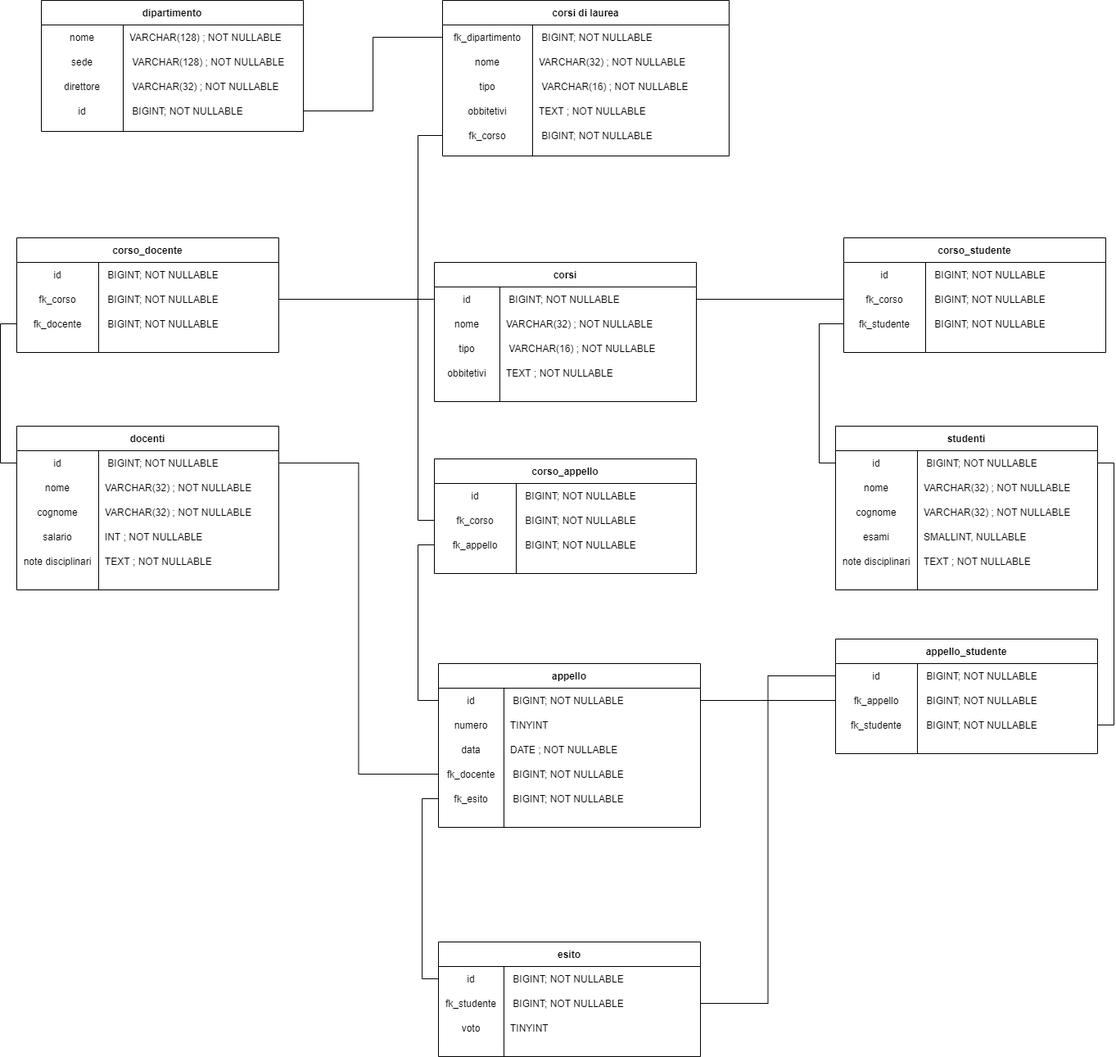
The draw.io diagram Untitled Diagram.png in GAlessi/db-university, before a commit. Source tidied: cells renumbered, new cells last; positions are measured from the earlier drawing's top-left corner, leaving out a move shared by most shapes.
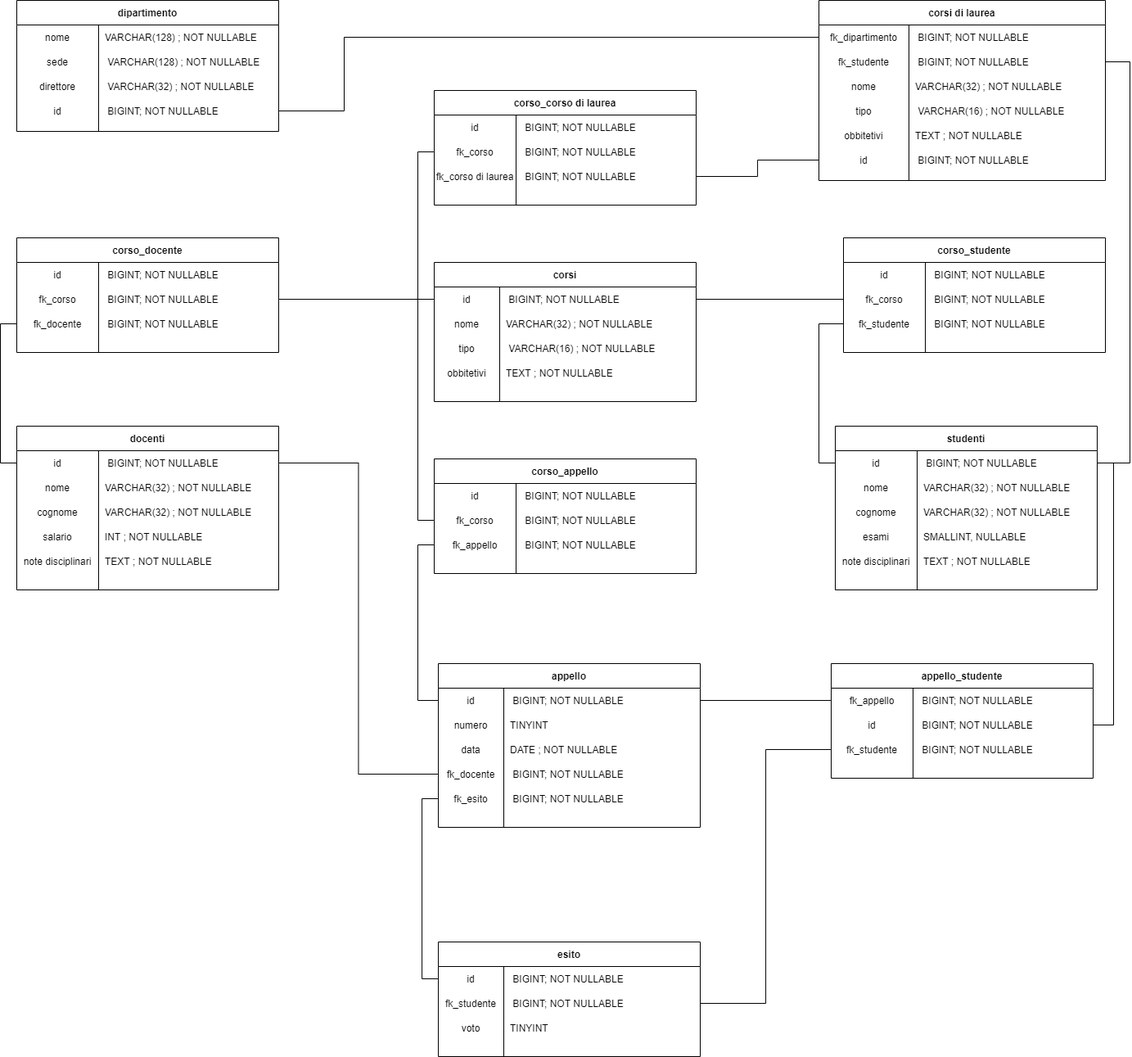
After the commit.

Commit message:
Modifica posizionamento grafici

Diff of the diagram source:
```diff
@@ -3,7 +3,7 @@
     <mxCell id="0" />
     <mxCell id="1" parent="0" />
     <mxCell id="2" value="corsi di laurea" style="shape=table;startSize=30;rowLines=0;fontStyle=1;align=center;" parent="1" vertex="1">
-      <mxGeometry x="520" width="350" height="190" as="geometry" />
+      <mxGeometry x="980" width="350" height="220" as="geometry" />
     </mxCell>
     <mxCell id="3" style="shape=partialRectangle;fillColor=none;points=[[0,0.5],[1,0.5]];portConstraint=eastwest;top=0;left=0;right=0;bottom=0;" parent="2" vertex="1">
       <mxGeometry y="30" width="350" height="30" as="geometry" />
@@ -14,8 +14,17 @@
     <mxCell id="5" value=" BIGINT; NOT NULLABLE" style="shape=partialRectangle;overflow=hidden;fillColor=none;top=0;left=0;bottom=0;right=0;align=left;spacingLeft=6;" parent="3" vertex="1">
       <mxGeometry x="110" width="240" height="30" as="geometry" />
     </mxCell>
+    <mxCell id="155" style="shape=partialRectangle;fillColor=none;points=[[0,0.5],[1,0.5]];portConstraint=eastwest;top=0;left=0;right=0;bottom=0;" parent="2" vertex="1">
+      <mxGeometry y="60" width="350" height="30" as="geometry" />
+    </mxCell>
+    <mxCell id="156" value="fk_studente" style="shape=partialRectangle;overflow=hidden;fillColor=none;top=0;left=0;bottom=0;right=0;" parent="155" vertex="1">
+      <mxGeometry width="110" height="30" as="geometry" />
+    </mxCell>
+    <mxCell id="157" value=" BIGINT; NOT NULLABLE" style="shape=partialRectangle;overflow=hidden;fillColor=none;top=0;left=0;bottom=0;right=0;align=left;spacingLeft=6;" parent="155" vertex="1">
+      <mxGeometry x="110" width="240" height="30" as="geometry" />
+    </mxCell>
     <mxCell id="6" style="shape=partialRectangle;fillColor=none;top=0;left=0;right=0;bottom=0;" parent="2" vertex="1">
-      <mxGeometry y="60" width="350" height="30" as="geometry" />
+      <mxGeometry y="90" width="350" height="30" as="geometry" />
     </mxCell>
     <mxCell id="7" value="nome" style="shape=partialRectangle;overflow=hidden;fillColor=none;top=0;left=0;bottom=0;right=0;" parent="6" vertex="1">
       <mxGeometry width="110" height="30" as="geometry" />
@@ -24,7 +33,7 @@
       <mxGeometry x="110" width="240" height="30" as="geometry" />
     </mxCell>
     <mxCell id="9" style="shape=partialRectangle;fillColor=none;top=0;left=0;right=0;bottom=0;" parent="2" vertex="1">
-      <mxGeometry y="90" width="350" height="30" as="geometry" />
+      <mxGeometry y="120" width="350" height="30" as="geometry" />
     </mxCell>
     <mxCell id="10" value="tipo" style="shape=partialRectangle;overflow=hidden;fillColor=none;top=0;left=0;bottom=0;right=0;" parent="9" vertex="1">
       <mxGeometry width="110" height="30" as="geometry" />
@@ -33,7 +42,7 @@
       <mxGeometry x="110" width="240" height="30" as="geometry" />
     </mxCell>
     <mxCell id="12" style="shape=partialRectangle;fillColor=none;top=0;left=0;right=0;bottom=0;" parent="2" vertex="1">
-      <mxGeometry y="120" width="350" height="30" as="geometry" />
+      <mxGeometry y="150" width="350" height="30" as="geometry" />
     </mxCell>
     <mxCell id="13" value="obbitetivi" style="shape=partialRectangle;overflow=hidden;fillColor=none;top=0;left=0;bottom=0;right=0;" parent="12" vertex="1">
       <mxGeometry width="110" height="30" as="geometry" />
@@ -42,16 +51,16 @@
       <mxGeometry x="110" width="240" height="30" as="geometry" />
     </mxCell>
     <mxCell id="15" style="shape=partialRectangle;fillColor=none;points=[[0,0.5],[1,0.5]];portConstraint=eastwest;top=0;left=0;right=0;bottom=0;" parent="2" vertex="1">
-      <mxGeometry y="150" width="350" height="30" as="geometry" />
+      <mxGeometry y="180" width="350" height="30" as="geometry" />
     </mxCell>
-    <mxCell id="16" value="fk_corso" style="shape=partialRectangle;overflow=hidden;fillColor=none;top=0;left=0;bottom=0;right=0;" parent="15" vertex="1">
+    <mxCell id="16" value="id" style="shape=partialRectangle;overflow=hidden;fillColor=none;top=0;left=0;bottom=0;right=0;" parent="15" vertex="1">
       <mxGeometry width="110" height="30" as="geometry" />
     </mxCell>
     <mxCell id="17" value=" BIGINT; NOT NULLABLE" style="shape=partialRectangle;overflow=hidden;fillColor=none;top=0;left=0;bottom=0;right=0;align=left;spacingLeft=6;" parent="15" vertex="1">
       <mxGeometry x="110" width="240" height="30" as="geometry" />
     </mxCell>
     <mxCell id="18" value="dipartimento" style="shape=table;startSize=30;rowLines=0;fontStyle=1;align=center;" parent="1" vertex="1">
-      <mxGeometry x="30" width="320" height="160" as="geometry" />
+      <mxGeometry width="320" height="160" as="geometry" />
     </mxCell>
     <mxCell id="19" style="shape=partialRectangle;fillColor=none;top=0;left=0;right=0;bottom=0;" parent="18" vertex="1">
       <mxGeometry y="30" width="320" height="30" as="geometry" />
@@ -272,11 +281,13 @@
     <mxCell id="91" value="TEXT ; NOT NULLABLE" style="shape=partialRectangle;overflow=hidden;fillColor=none;top=0;left=0;bottom=0;right=0;align=left;spacingLeft=6;" parent="89" vertex="1">
       <mxGeometry x="100" width="220" height="30" as="geometry" />
     </mxCell>
-    <mxCell id="92" style="edgeStyle=orthogonalEdgeStyle;rounded=0;jettySize=auto;html=1;exitX=0;exitY=0.5;exitDx=0;exitDy=0;entryX=0;entryY=0.5;entryDx=0;entryDy=0;endArrow=none;endFill=0;" parent="1" edge="1" source="32" target="15">
-      <mxGeometry relative="1" as="geometry" />
-    </mxCell>
     <mxCell id="93" style="edgeStyle=orthogonalEdgeStyle;rounded=0;jettySize=auto;html=1;exitX=0;exitY=0.5;exitDx=0;exitDy=0;entryX=1;entryY=0.5;entryDx=0;entryDy=0;endArrow=none;endFill=0;startArrow=none;startFill=0;" parent="1" edge="1" source="3" target="28">
-      <mxGeometry relative="1" as="geometry" />
+      <mxGeometry relative="1" as="geometry">
+        <Array as="points">
+          <mxPoint x="400" y="45" />
+          <mxPoint x="400" y="135" />
+        </Array>
+      </mxGeometry>
     </mxCell>
     <mxCell id="94" value="corso_docente" style="shape=table;startSize=30;rowLines=0;fontStyle=1;align=center;" parent="1" vertex="1">
       <mxGeometry y="290" width="320" height="140" as="geometry" />
@@ -420,10 +431,19 @@
       <mxGeometry relative="1" as="geometry" />
     </mxCell>
     <mxCell id="141" value="appello_studente" style="shape=table;startSize=30;rowLines=0;fontStyle=1;align=center;" parent="1" vertex="1">
-      <mxGeometry x="1000" y="780" width="320" height="140" as="geometry" />
+      <mxGeometry x="995" y="810" width="320" height="140" as="geometry" />
     </mxCell>
+    <mxCell id="145" style="shape=partialRectangle;fillColor=none;points=[[0,0.5],[1,0.5]];portConstraint=eastwest;top=0;left=0;right=0;bottom=0;" parent="141" vertex="1">
+      <mxGeometry y="30" width="320" height="30" as="geometry" />
+    </mxCell>
+    <mxCell id="146" value="fk_appello" style="shape=partialRectangle;overflow=hidden;fillColor=none;top=0;left=0;bottom=0;right=0;" parent="145" vertex="1">
+      <mxGeometry width="100" height="30" as="geometry" />
+    </mxCell>
+    <mxCell id="147" value=" BIGINT; NOT NULLABLE" style="shape=partialRectangle;overflow=hidden;fillColor=none;top=0;left=0;bottom=0;right=0;align=left;spacingLeft=6;" parent="145" vertex="1">
+      <mxGeometry x="100" width="220" height="30" as="geometry" />
+    </mxCell>
     <mxCell id="142" style="shape=partialRectangle;fillColor=none;points=[[0,0.5],[1,0.5]];portConstraint=eastwest;top=0;left=0;right=0;bottom=0;" parent="141" vertex="1">
-      <mxGeometry y="30" width="320" height="30" as="geometry" />
+      <mxGeometry y="60" width="320" height="30" as="geometry" />
     </mxCell>
     <mxCell id="143" value="id" style="shape=partialRectangle;overflow=hidden;fillColor=none;top=0;left=0;bottom=0;right=0;" parent="142" vertex="1">
       <mxGeometry width="100" height="30" as="geometry" />
@@ -431,15 +451,6 @@
     <mxCell id="144" value=" BIGINT; NOT NULLABLE" style="shape=partialRectangle;overflow=hidden;fillColor=none;top=0;left=0;bottom=0;right=0;align=left;spacingLeft=6;" parent="142" vertex="1">
       <mxGeometry x="100" width="220" height="30" as="geometry" />
     </mxCell>
-    <mxCell id="145" style="shape=partialRectangle;fillColor=none;points=[[0,0.5],[1,0.5]];portConstraint=eastwest;top=0;left=0;right=0;bottom=0;" parent="141" vertex="1">
-      <mxGeometry y="60" width="320" height="30" as="geometry" />
-    </mxCell>
-    <mxCell id="146" value="fk_appello" style="shape=partialRectangle;overflow=hidden;fillColor=none;top=0;left=0;bottom=0;right=0;" parent="145" vertex="1">
-      <mxGeometry width="100" height="30" as="geometry" />
-    </mxCell>
-    <mxCell id="147" value=" BIGINT; NOT NULLABLE" style="shape=partialRectangle;overflow=hidden;fillColor=none;top=0;left=0;bottom=0;right=0;align=left;spacingLeft=6;" parent="145" vertex="1">
-      <mxGeometry x="100" width="220" height="30" as="geometry" />
-    </mxCell>
     <mxCell id="148" style="shape=partialRectangle;fillColor=none;points=[[0,0.5],[1,0.5]];portConstraint=eastwest;top=0;left=0;right=0;bottom=0;" parent="141" vertex="1">
       <mxGeometry y="90" width="320" height="30" as="geometry" />
     </mxCell>
@@ -449,17 +460,61 @@
     <mxCell id="150" value=" BIGINT; NOT NULLABLE" style="shape=partialRectangle;overflow=hidden;fillColor=none;top=0;left=0;bottom=0;right=0;align=left;spacingLeft=6;" parent="148" vertex="1">
       <mxGeometry x="100" width="220" height="30" as="geometry" />
     </mxCell>
-    <mxCell id="151" style="edgeStyle=orthogonalEdgeStyle;rounded=0;jettySize=auto;html=1;exitX=1;exitY=0.5;exitDx=0;exitDy=0;entryX=1;entryY=0.5;entryDx=0;entryDy=0;endArrow=none;endFill=0;" parent="1" edge="1" source="148" target="77">
+    <mxCell id="151" style="edgeStyle=orthogonalEdgeStyle;rounded=0;jettySize=auto;html=1;exitX=1;exitY=0.5;exitDx=0;exitDy=0;entryX=1;entryY=0.5;entryDx=0;entryDy=0;endArrow=none;endFill=0;" parent="1" edge="1" source="142" target="77">
       <mxGeometry relative="1" as="geometry" />
     </mxCell>
-    <mxCell id="152" style="edgeStyle=orthogonalEdgeStyle;rounded=0;jettySize=auto;html=1;exitX=0;exitY=0.5;exitDx=0;exitDy=0;entryX=1;entryY=0.5;entryDx=0;entryDy=0;endArrow=none;endFill=0;" parent="1" edge="1" source="145" target="45">
-      <mxGeometry relative="1" as="geometry" />
-    </mxCell>
-    <mxCell id="153" style="edgeStyle=orthogonalEdgeStyle;rounded=0;jettySize=auto;html=1;exitX=0;exitY=0.5;exitDx=0;exitDy=0;entryX=1;entryY=0.5;entryDx=0;entryDy=0;endArrow=none;endFill=0;startArrow=none;startFill=0;" parent="1" edge="1" source="142" target="133">
-      <mxGeometry relative="1" as="geometry" />
-    </mxCell>
     <mxCell id="154" style="edgeStyle=orthogonalEdgeStyle;rounded=0;jettySize=auto;html=1;exitX=0;exitY=0.5;exitDx=0;exitDy=0;entryX=0;entryY=0.5;entryDx=0;entryDy=0;startArrow=none;startFill=0;endArrow=none;endFill=0;" parent="1" edge="1" source="101" target="61">
       <mxGeometry relative="1" as="geometry" />
     </mxCell>
+    <mxCell id="158" value="corso_corso di laurea" style="shape=table;startSize=30;rowLines=0;fontStyle=1;align=center;" parent="1" vertex="1">
+      <mxGeometry x="510" y="110" width="320" height="140" as="geometry" />
+    </mxCell>
+    <mxCell id="159" style="shape=partialRectangle;fillColor=none;top=0;left=0;right=0;bottom=0;" parent="158" vertex="1">
+      <mxGeometry y="30" width="320" height="30" as="geometry" />
+    </mxCell>
+    <mxCell id="160" value="id" style="shape=partialRectangle;overflow=hidden;fillColor=none;top=0;left=0;bottom=0;right=0;" parent="159" vertex="1">
+      <mxGeometry width="100" height="30" as="geometry" />
+    </mxCell>
+    <mxCell id="161" value=" BIGINT; NOT NULLABLE" style="shape=partialRectangle;overflow=hidden;fillColor=none;top=0;left=0;bottom=0;right=0;align=left;spacingLeft=6;" parent="159" vertex="1">
+      <mxGeometry x="100" width="220" height="30" as="geometry" />
+    </mxCell>
+    <mxCell id="162" style="shape=partialRectangle;fillColor=none;points=[[0,0.5],[1,0.5]];portConstraint=eastwest;top=0;left=0;right=0;bottom=0;" parent="158" vertex="1">
+      <mxGeometry y="60" width="320" height="30" as="geometry" />
+    </mxCell>
+    <mxCell id="163" value="fk_corso" style="shape=partialRectangle;overflow=hidden;fillColor=none;top=0;left=0;bottom=0;right=0;" parent="162" vertex="1">
+      <mxGeometry width="100" height="30" as="geometry" />
+    </mxCell>
+    <mxCell id="164" value=" BIGINT; NOT NULLABLE" style="shape=partialRectangle;overflow=hidden;fillColor=none;top=0;left=0;bottom=0;right=0;align=left;spacingLeft=6;" parent="162" vertex="1">
+      <mxGeometry x="100" width="220" height="30" as="geometry" />
+    </mxCell>
+    <mxCell id="165" style="shape=partialRectangle;fillColor=none;points=[[0,0.5],[1,0.5]];portConstraint=eastwest;top=0;left=0;right=0;bottom=0;" parent="158" vertex="1">
+      <mxGeometry y="90" width="320" height="30" as="geometry" />
+    </mxCell>
+    <mxCell id="166" value="fk_corso di laurea" style="shape=partialRectangle;overflow=hidden;fillColor=none;top=0;left=0;bottom=0;right=0;" parent="165" vertex="1">
+      <mxGeometry width="100" height="30" as="geometry" />
+    </mxCell>
+    <mxCell id="167" value=" BIGINT; NOT NULLABLE" style="shape=partialRectangle;overflow=hidden;fillColor=none;top=0;left=0;bottom=0;right=0;align=left;spacingLeft=6;" parent="165" vertex="1">
+      <mxGeometry x="100" width="220" height="30" as="geometry" />
+    </mxCell>
+    <mxCell id="168" style="edgeStyle=orthogonalEdgeStyle;rounded=0;jettySize=auto;html=1;exitX=0;exitY=0.5;exitDx=0;exitDy=0;entryX=1;entryY=0.5;entryDx=0;entryDy=0;startArrow=none;startFill=0;endArrow=none;endFill=0;" parent="1" edge="1" source="15" target="165">
+      <mxGeometry relative="1" as="geometry" />
+    </mxCell>
+    <mxCell id="169" style="edgeStyle=orthogonalEdgeStyle;rounded=0;jettySize=auto;html=1;exitX=0;exitY=0.5;exitDx=0;exitDy=0;entryX=0;entryY=0.5;entryDx=0;entryDy=0;startArrow=none;startFill=0;endArrow=none;endFill=0;" parent="1" edge="1" source="162" target="32">
+      <mxGeometry relative="1" as="geometry" />
+    </mxCell>
+    <mxCell id="170" style="edgeStyle=orthogonalEdgeStyle;rounded=0;jettySize=auto;html=1;exitX=1;exitY=0.5;exitDx=0;exitDy=0;entryX=1;entryY=0.5;entryDx=0;entryDy=0;startArrow=none;startFill=0;endArrow=none;endFill=0;" parent="1" edge="1" source="77" target="155">
+      <mxGeometry relative="1" as="geometry">
+        <Array as="points">
+          <mxPoint x="1360" y="565" />
+          <mxPoint x="1360" y="75" />
+        </Array>
+      </mxGeometry>
+    </mxCell>
+    <mxCell id="171" style="edgeStyle=orthogonalEdgeStyle;rounded=0;jettySize=auto;html=1;exitX=1;exitY=0.5;exitDx=0;exitDy=0;entryX=0;entryY=0.5;entryDx=0;entryDy=0;startArrow=none;startFill=0;endArrow=none;endFill=0;" parent="1" edge="1" source="45" target="145">
+      <mxGeometry relative="1" as="geometry" />
+    </mxCell>
+    <mxCell id="172" style="edgeStyle=orthogonalEdgeStyle;rounded=0;jettySize=auto;html=1;exitX=0;exitY=0.5;exitDx=0;exitDy=0;entryX=1;entryY=0.5;entryDx=0;entryDy=0;startArrow=none;startFill=0;endArrow=none;endFill=0;" parent="1" edge="1" source="148" target="133">
+      <mxGeometry relative="1" as="geometry" />
+    </mxCell>
   </root>
 </mxGraphModel>
```
